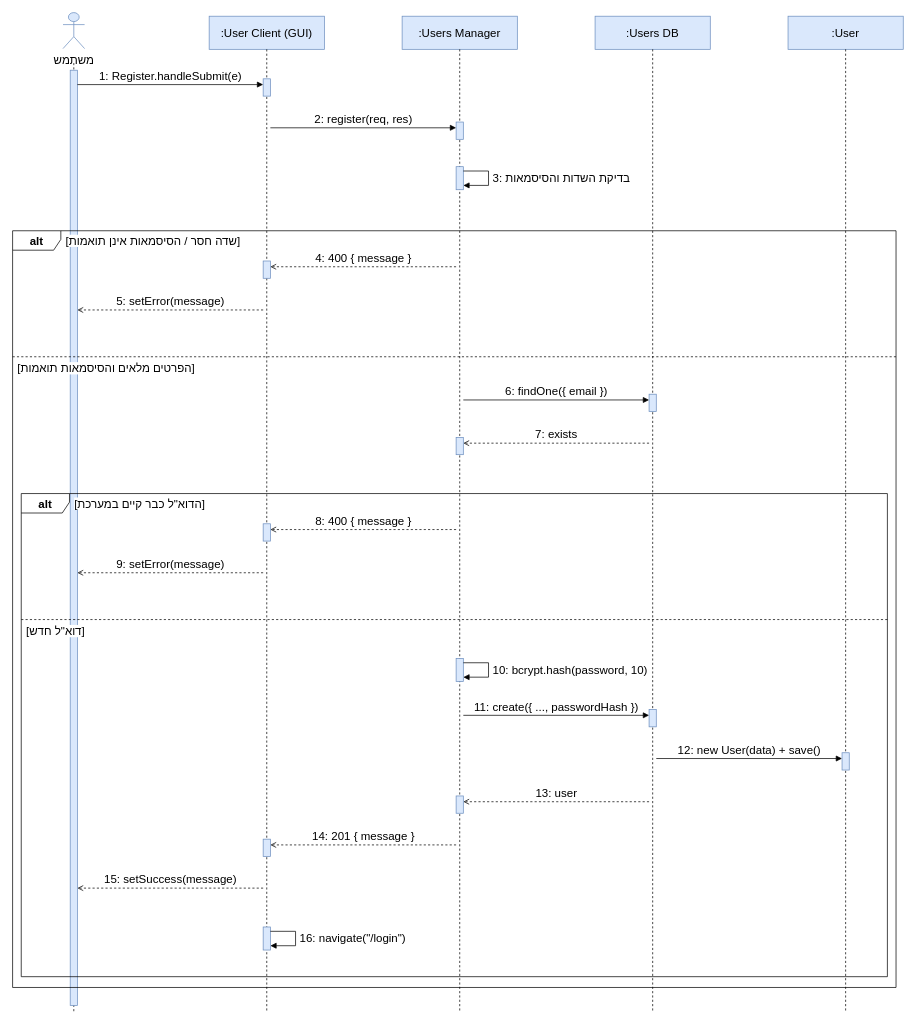
The draw.io diagram diagrams/OBJ-UserRegister.drawio in arielkaplan20/project_Golden_Hair_Salon, before the edit. Source tidied: cells renumbered, new cells numbered last; positions are measured from the earlier drawing's top-left corner, leaving out a move shared by most shapes. Both pictures are drawn from the tidied source at 72%, with x=0, y=0 at pixel (12, 12).
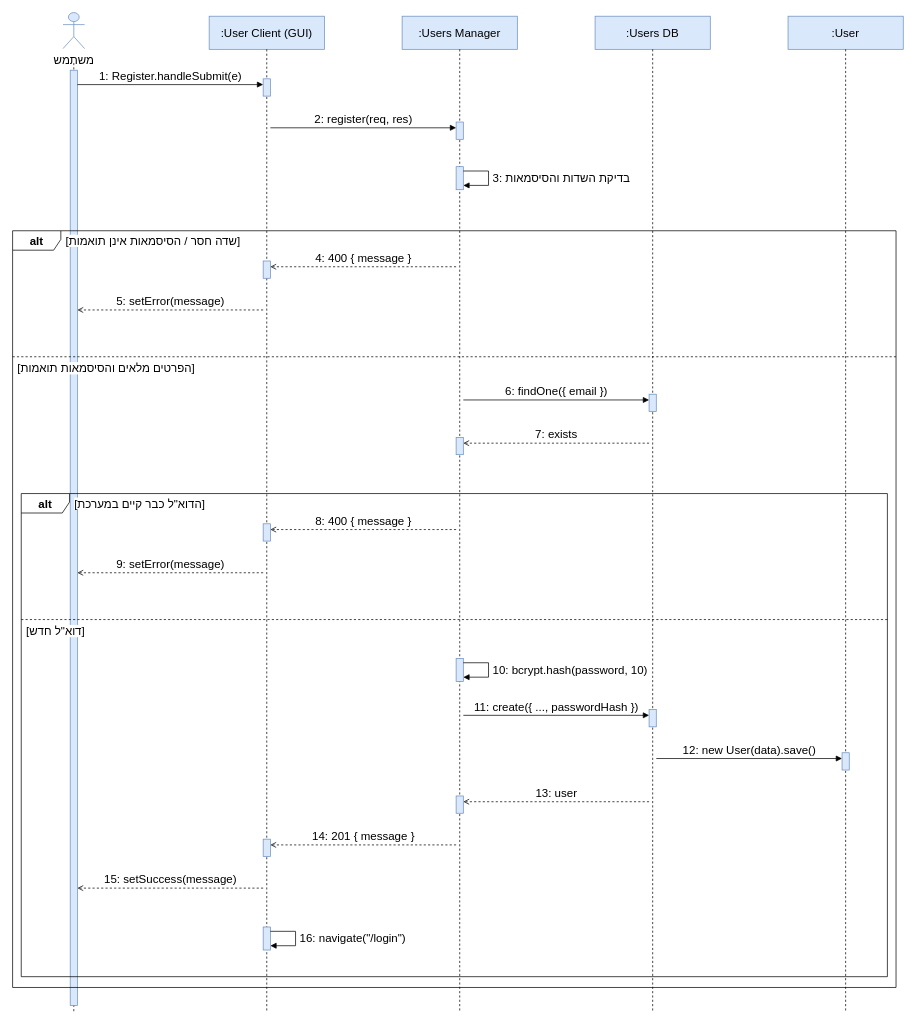
The same page after the edit.

The edit, as a diff of the source:
```diff
@@
-    <mxCell id="45" value="12: new User(data) + save()" style="endArrow=block;endFill=1;html=1;rounded=0;verticalAlign=bottom;labelBackgroundColor=none;fontSize=16;" parent="1" edge="1">
+    <mxCell id="45" value="12: new User(data).save()" style="endArrow=block;endFill=1;html=1;rounded=0;verticalAlign=bottom;labelBackgroundColor=none;fontSize=16;" parent="1" edge="1">
       <mxGeometry relative="1" as="geometry">
         <mxPoint x="894" y="1036" as="sourcePoint" />
         <mxPoint x="1152" y="1036" as="targetPoint" />
       </mxGeometry>
     </mxCell>
```
